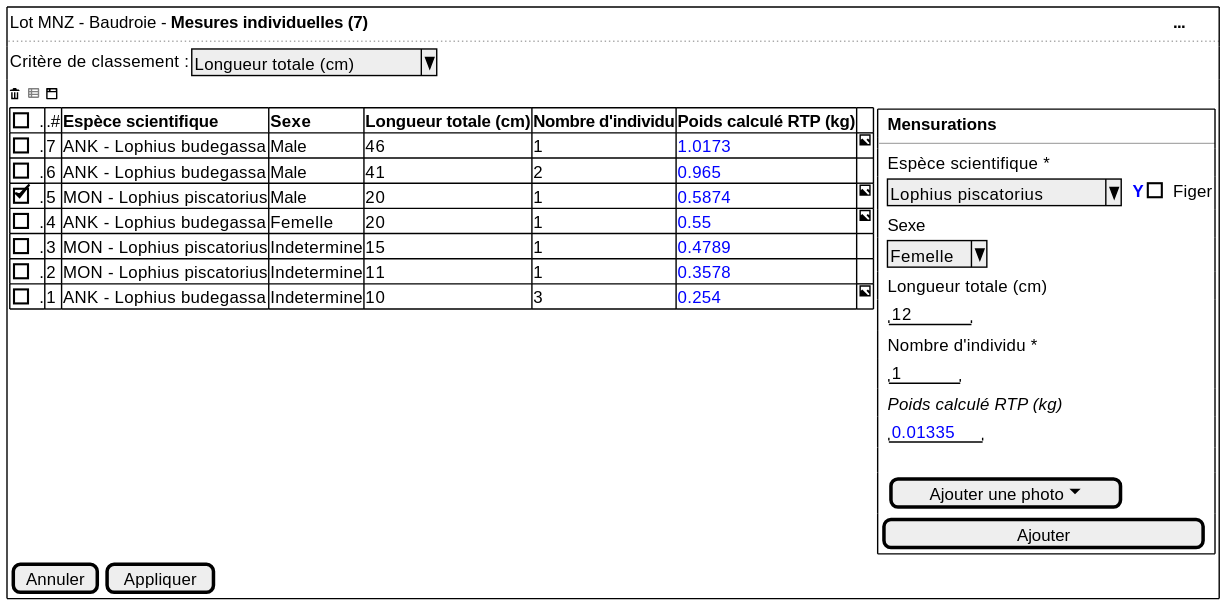
sumaris-net/sumaris-doc keeps this PlantUML diagram as projects/common/spe/images/individual-measures.svg. Above is the earlier version. Its source is kept beside it as projects/common/spe/images/individual-measures.puml.
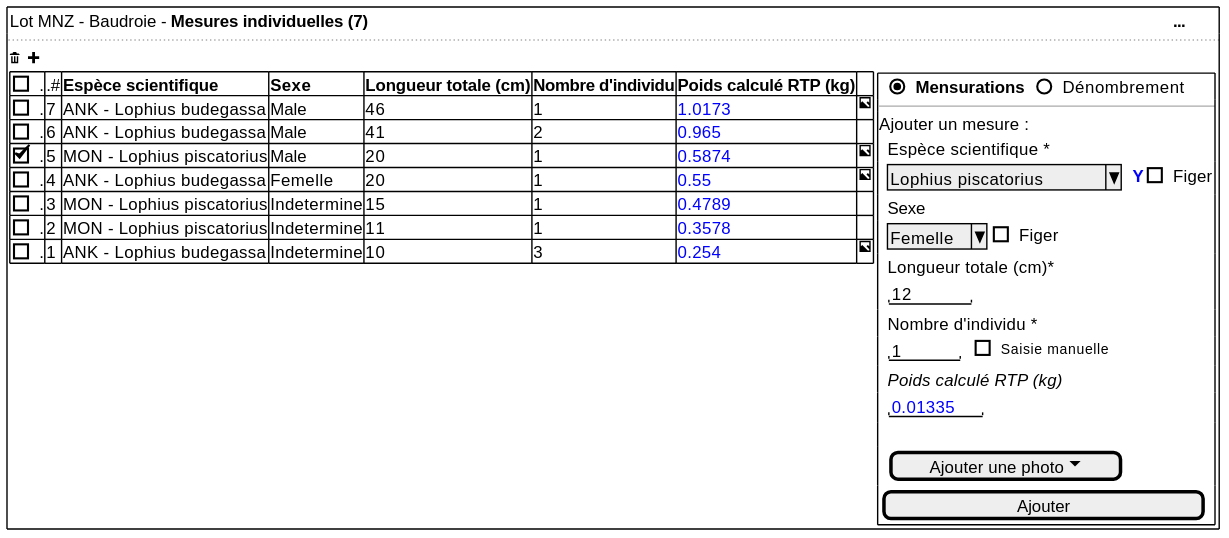
The same diagram one commit later.

What changed in the source:
```diff
@@ -2,10 +2,7 @@
  {+
   { Lot MNZ - Baudroie - <b>Mesures individuelles (7) | . | . |. |. |. |. |. |. |. |. |. |. |. |. |. |. |. |. |. |. |. |. |. |. |. |. |. |. |. |. |. |. |. |. |. |. |. |. |. |. |. |. |. |. |. |. |. |. |. |. |. |. |. |. |. |. |. |. |. |. |. |. |. |. |. |. |. |. |. |. |. |. |. |. |. |. |. |. |. |. |. |. |. |. |. |. |. |. |. |. |. |. |. |. |. |. |. |. |. |. |. |. |. |. |. |. |. |. |. |. |. |. |. |. |<b> ...}
   ..
-
-  { | Critère de classement : | ^Longueur totale (cm)^ | .  }
-
-  <&trash> <color:grey><&spreadsheet></color> <&browser>
+  <&trash> <&plus>
 
   {
 	{#
@@ -21,19 +18,20 @@
 
     {
       {+
-        { | . |  <b>Mensurations  | . | . | . | . | . }
+        { | . |  (X)<b>Mensurations  | . | ()Dénombrement | . | . | . | . }
         --
+        Ajouter un mesure :
         { | . | Espèce scientifique * | . }
         { | . | ^Lophius piscatorius^| .  | <color:blue><b>Y | [ ] Figer }
 
         { | . | Sexe  | . }
-        { | . | ^Femelle^  }
+        { | . | ^Femelle^ | [ ] Figer }
 
-        { | . | Longueur totale (cm) | .  }
+        { | . | Longueur totale (cm)* | .  }
         { | . | "   12  "  }
 
         { | . | Nombre d'individu * | .  }
-        { | . | "   1  "  | .   }
+        { | . | "   1  "  | . | [ ] <font size=10>Saisie manuelle    }
 
         { | . | <i>Poids calculé RTP (kg)  | . }
         { | . | "<color:blue>0.01335 " | .  }
@@ -43,6 +41,6 @@
         }
      }
     }
-    {[Annuler] | [Appliquer]}
+
   }
 @endsalt
```
